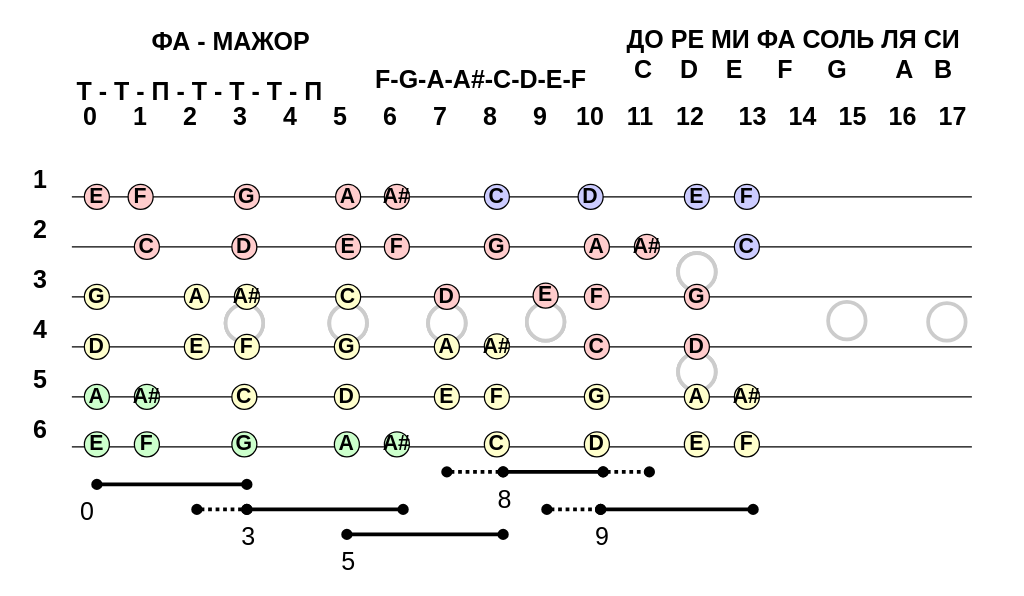
The draw.io diagram page "Сводная" (2 of 2) of Гаммы/ФА Мажор.drawio in karelinov/guitar, before the edit. Source tidied: cells renumbered, new cells numbered last; positions are measured from the earlier drawing's top-left corner, leaving out a move shared by most shapes. Both pictures are drawn from the tidied source at 125%, with x=0, y=0 at pixel (21, 21).
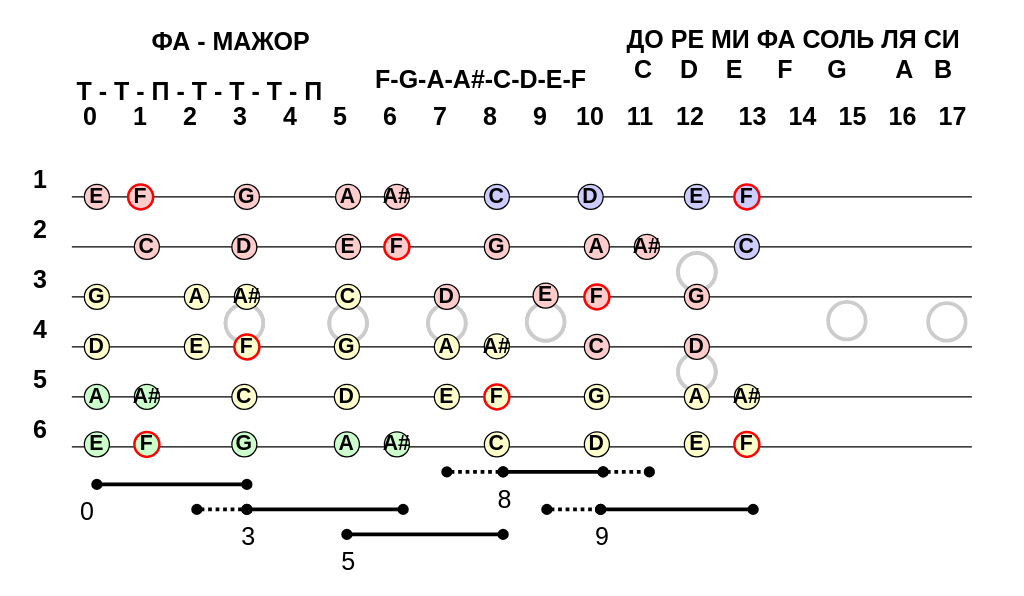
The same page after the edit.

What changed in the source:
```diff
@@
-    <mxCell id="53" value="&lt;font style=&quot;font-size: 17px;&quot;&gt;&lt;b&gt;F&lt;/b&gt;&lt;/font&gt;" style="ellipse;whiteSpace=wrap;html=1;strokeColor=default;strokeWidth=1;fillColor=#FFFFCC;" parent="1" vertex="1">
+    <mxCell id="53" value="&lt;font style=&quot;font-size: 17px;&quot;&gt;&lt;b&gt;F&lt;/b&gt;&lt;/font&gt;" style="ellipse;whiteSpace=wrap;html=1;strokeColor=#FF0000;strokeWidth=2;fillColor=#FFFFCC;" parent="1" vertex="1">
       <mxGeometry x="370" y="290" width="20" height="20" as="geometry" />
     </mxCell>
@@
-    <mxCell id="58" value="&lt;font size=&quot;1&quot; style=&quot;&quot;&gt;&lt;b style=&quot;font-size: 17px;&quot;&gt;F&lt;/b&gt;&lt;/font&gt;" style="ellipse;whiteSpace=wrap;html=1;strokeColor=default;strokeWidth=1;fillColor=#FFCCCC;" parent="1" vertex="1">
+    <mxCell id="58" value="&lt;font size=&quot;1&quot; style=&quot;&quot;&gt;&lt;b style=&quot;font-size: 17px;&quot;&gt;F&lt;/b&gt;&lt;/font&gt;" style="ellipse;whiteSpace=wrap;html=1;strokeColor=#FF0000;strokeWidth=2;fillColor=#FFCCCC;" parent="1" vertex="1">
       <mxGeometry x="450" y="210" width="20" height="20" as="geometry" />
     </mxCell>
@@
-    <mxCell id="72" value="&lt;font size=&quot;1&quot; style=&quot;&quot;&gt;&lt;b style=&quot;font-size: 17px;&quot;&gt;F&lt;/b&gt;&lt;/font&gt;" style="ellipse;whiteSpace=wrap;html=1;strokeColor=default;strokeWidth=1;fillColor=#FFCCCC;" parent="1" vertex="1">
+    <mxCell id="72" value="&lt;font size=&quot;1&quot; style=&quot;&quot;&gt;&lt;b style=&quot;font-size: 17px;&quot;&gt;F&lt;/b&gt;&lt;/font&gt;" style="ellipse;whiteSpace=wrap;html=1;strokeColor=#FF0000;strokeWidth=2;fillColor=#FFCCCC;" parent="1" vertex="1">
       <mxGeometry x="85" y="130" width="20" height="20" as="geometry" />
     </mxCell>
@@
-    <mxCell id="79" value="&lt;font size=&quot;1&quot; style=&quot;&quot;&gt;&lt;b style=&quot;font-size: 17px;&quot;&gt;F&lt;/b&gt;&lt;/font&gt;" style="ellipse;whiteSpace=wrap;html=1;strokeColor=default;strokeWidth=1;fillColor=#FFCCCC;" parent="1" vertex="1">
+    <mxCell id="79" value="&lt;font size=&quot;1&quot; style=&quot;&quot;&gt;&lt;b style=&quot;font-size: 17px;&quot;&gt;F&lt;/b&gt;&lt;/font&gt;" style="ellipse;whiteSpace=wrap;html=1;strokeColor=#FF0000;strokeWidth=2;fillColor=#FFCCCC;" parent="1" vertex="1">
       <mxGeometry x="290" y="170" width="20" height="20" as="geometry" />
     </mxCell>
@@
-    <mxCell id="84" value="&lt;font style=&quot;font-size: 17px;&quot;&gt;&lt;b&gt;F&lt;/b&gt;&lt;/font&gt;" style="ellipse;whiteSpace=wrap;html=1;strokeColor=default;strokeWidth=1;fillColor=#FFFFCC;" parent="1" vertex="1">
+    <mxCell id="84" value="&lt;font style=&quot;font-size: 17px;&quot;&gt;&lt;b&gt;F&lt;/b&gt;&lt;/font&gt;" style="ellipse;whiteSpace=wrap;html=1;strokeColor=#FF0000;strokeWidth=2;fillColor=#FFFFCC;" parent="1" vertex="1">
       <mxGeometry x="170" y="250" width="20" height="20" as="geometry" />
     </mxCell>
@@
-    <mxCell id="93" value="&lt;font style=&quot;font-size: 17px;&quot;&gt;&lt;b&gt;F&lt;/b&gt;&lt;/font&gt;" style="ellipse;whiteSpace=wrap;html=1;strokeColor=default;strokeWidth=1;fillColor=#CCFFCC;" parent="1" vertex="1">
+    <mxCell id="93" value="&lt;font style=&quot;font-size: 17px;&quot;&gt;&lt;b&gt;F&lt;/b&gt;&lt;/font&gt;" style="ellipse;whiteSpace=wrap;html=1;strokeColor=#FF0000;strokeWidth=2;fillColor=#CCFFCC;" parent="1" vertex="1">
       <mxGeometry x="90" y="328" width="20" height="20" as="geometry" />
     </mxCell>
@@
-    <mxCell id="109" value="&lt;span style=&quot;font-size: 17px;&quot;&gt;&lt;b&gt;F&lt;/b&gt;&lt;/span&gt;" style="ellipse;whiteSpace=wrap;html=1;strokeColor=#000000;strokeWidth=1;fillColor=#CCCCFF;" parent="1" vertex="1">
+    <mxCell id="109" value="&lt;span style=&quot;font-size: 17px;&quot;&gt;&lt;b&gt;F&lt;/b&gt;&lt;/span&gt;" style="ellipse;whiteSpace=wrap;html=1;strokeColor=#FF0000;strokeWidth=2;fillColor=#CCCCFF;" parent="1" vertex="1">
       <mxGeometry x="570" y="130" width="20" height="20" as="geometry" />
     </mxCell>
@@
-    <mxCell id="119" value="&lt;font style=&quot;font-size: 17px;&quot;&gt;&lt;b&gt;F&lt;/b&gt;&lt;/font&gt;" style="ellipse;whiteSpace=wrap;html=1;strokeColor=default;strokeWidth=1;fillColor=#FFFFCC;" parent="1" vertex="1">
+    <mxCell id="119" value="&lt;font style=&quot;font-size: 17px;&quot;&gt;&lt;b&gt;F&lt;/b&gt;&lt;/font&gt;" style="ellipse;whiteSpace=wrap;html=1;strokeColor=#FF0000;strokeWidth=2;fillColor=#FFFFCC;" parent="1" vertex="1">
       <mxGeometry x="570" y="328" width="20" height="20" as="geometry" />
     </mxCell>
```
